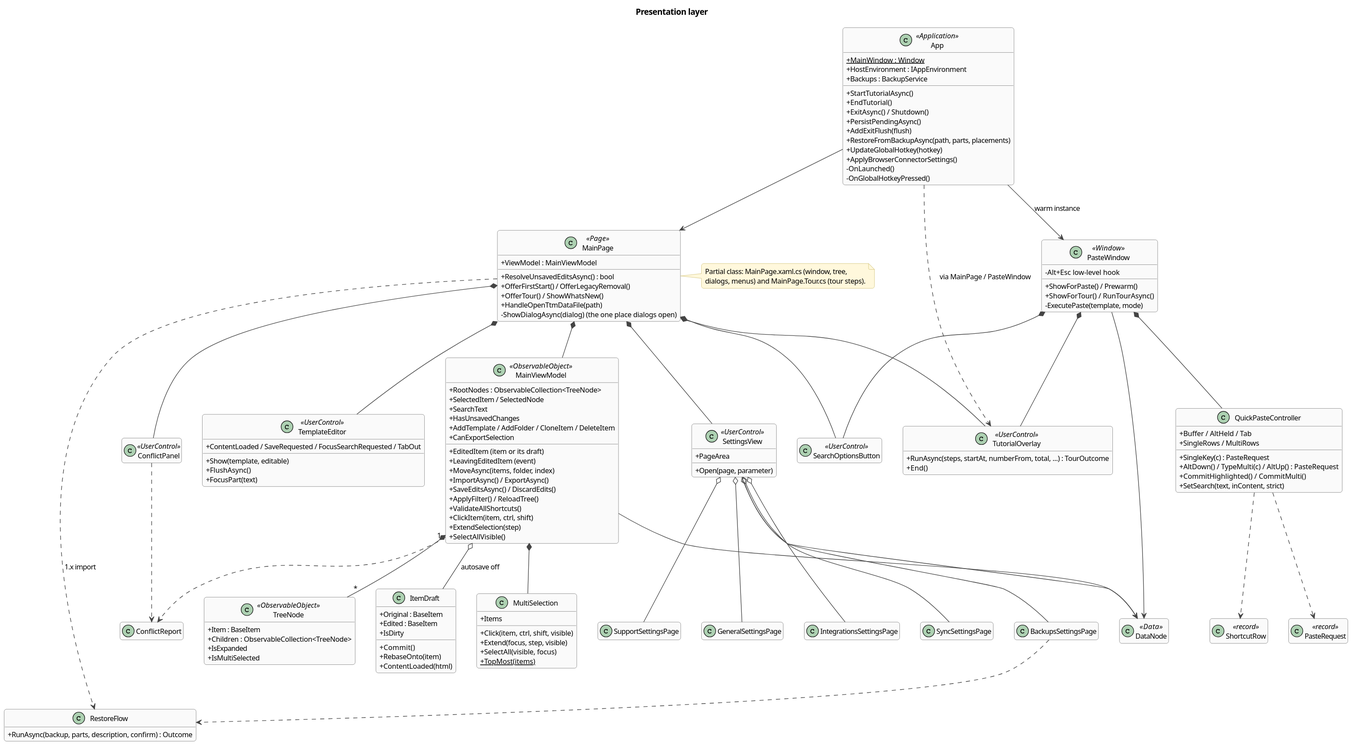
Before: docs/architecture/diagrams/class-ui.svg, a diagram exported from PlantUML (halatsWol/TextTemplateManager-v2).
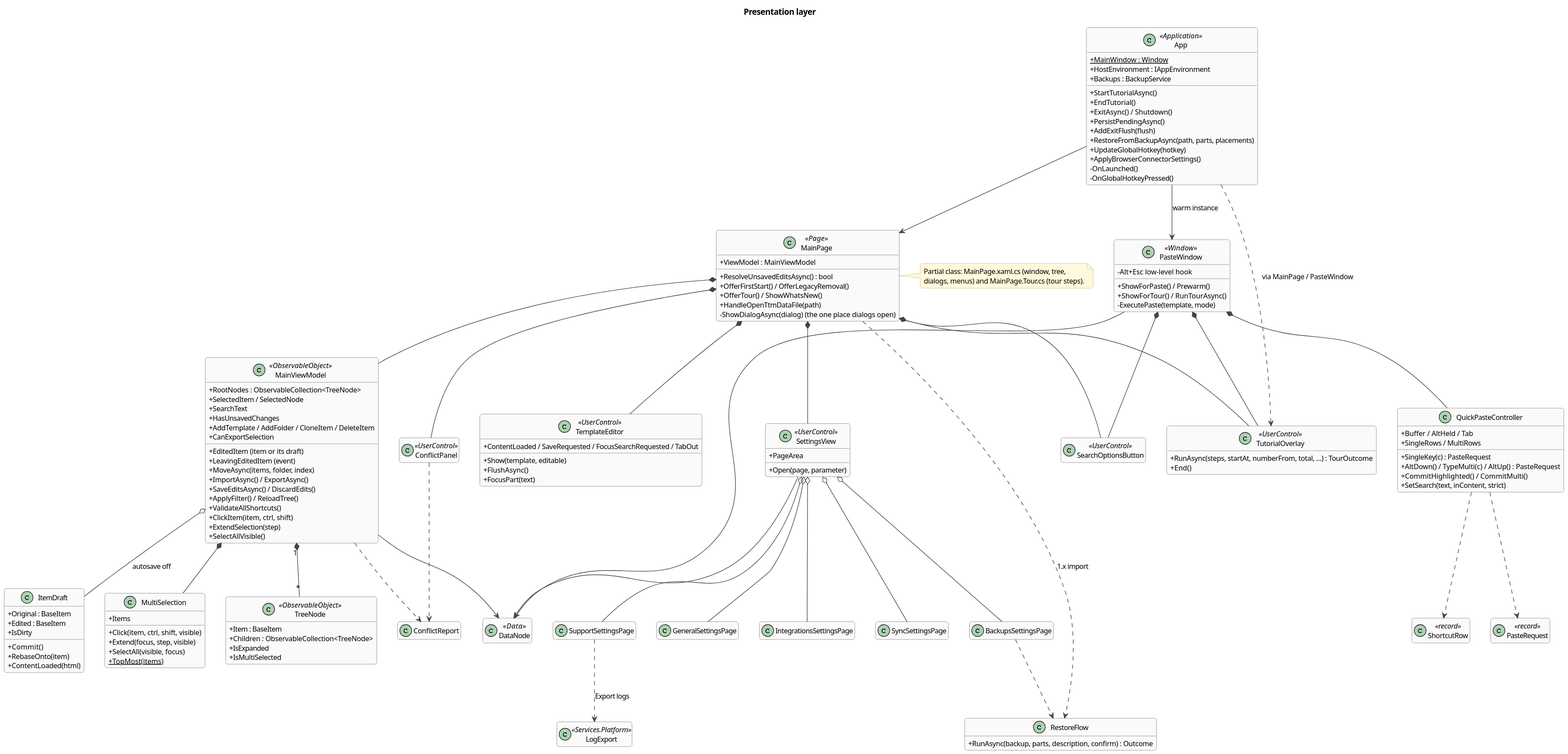
The same file after the commit.

The edit, as a diff of the source:
```diff
@@ -144,4 +144,6 @@
 MainViewModel --> DataNode
 PasteWindow --> DataNode
 SettingsView --> DataNode
+class LogExport <<Services.Platform>>
+SupportSettingsPage ..> LogExport : Export logs
 @enduml
```
